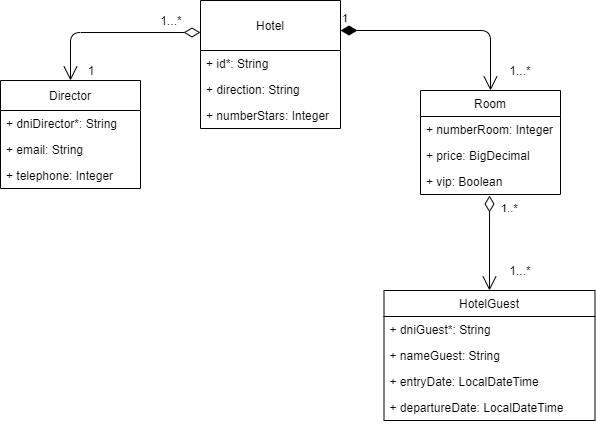
Earlier version of the draw.io export docs/hotel.models.png (miw-upm/apaw-practice). Source tidied: cells renumbered, new cells last; positions are measured from the earlier drawing's top-left corner, leaving out a move shared by most shapes.
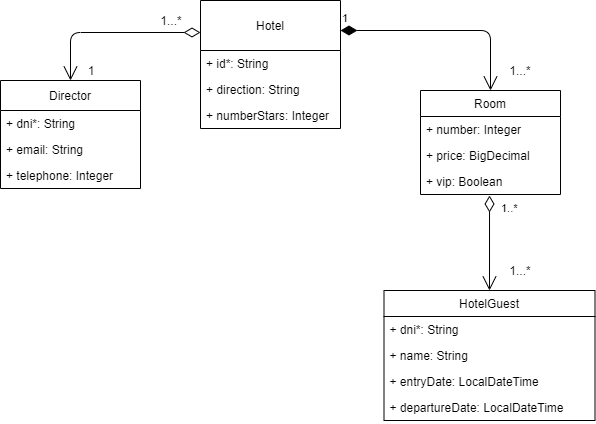
The same file after the commit.

Change to the diagram source:
```diff
@@ -17,7 +17,7 @@
     <mxCell id="6" value="Director" style="swimlane;fontStyle=0;horizontal=1;startSize=30;fillColor=none;hachureGap=4;" parent="1" vertex="1">
       <mxGeometry y="80" width="140" height="108" as="geometry" />
     </mxCell>
-    <mxCell id="7" value="+ dniDirector*: String" style="text;strokeColor=none;fillColor=none;align=left;verticalAlign=top;spacingLeft=4;spacingRight=4;overflow=hidden;" parent="6" vertex="1">
+    <mxCell id="7" value="+ dni*: String" style="text;strokeColor=none;fillColor=none;align=left;verticalAlign=top;spacingLeft=4;spacingRight=4;overflow=hidden;" parent="6" vertex="1">
       <mxGeometry y="30" width="140" height="26" as="geometry" />
     </mxCell>
     <mxCell id="8" value="+ email: String" style="text;strokeColor=none;fillColor=none;align=left;verticalAlign=top;spacingLeft=4;spacingRight=4;overflow=hidden;" parent="6" vertex="1">
@@ -29,10 +29,10 @@
     <mxCell id="10" value="HotelGuest" style="swimlane;fontStyle=0;horizontal=1;startSize=26;fillColor=none;hachureGap=4;" parent="1" vertex="1">
       <mxGeometry x="383.5" y="290" width="211" height="130" as="geometry" />
     </mxCell>
-    <mxCell id="11" value="+ dniGuest*: String" style="text;strokeColor=none;fillColor=none;align=left;verticalAlign=top;spacingLeft=4;spacingRight=4;overflow=hidden;" parent="10" vertex="1">
+    <mxCell id="11" value="+ dni*: String" style="text;strokeColor=none;fillColor=none;align=left;verticalAlign=top;spacingLeft=4;spacingRight=4;overflow=hidden;" parent="10" vertex="1">
       <mxGeometry y="26" width="211" height="26" as="geometry" />
     </mxCell>
-    <mxCell id="12" value="+ nameGuest: String" style="text;strokeColor=none;fillColor=none;align=left;verticalAlign=top;spacingLeft=4;spacingRight=4;overflow=hidden;" parent="10" vertex="1">
+    <mxCell id="12" value="+ name: String" style="text;strokeColor=none;fillColor=none;align=left;verticalAlign=top;spacingLeft=4;spacingRight=4;overflow=hidden;" parent="10" vertex="1">
       <mxGeometry y="52" width="211" height="26" as="geometry" />
     </mxCell>
     <mxCell id="13" value="+ entryDate: LocalDateTime" style="text;strokeColor=none;fillColor=none;align=left;verticalAlign=top;spacingLeft=4;spacingRight=4;overflow=hidden;" parent="10" vertex="1">
@@ -44,7 +44,7 @@
     <mxCell id="15" value="Room" style="swimlane;fontStyle=0;horizontal=1;startSize=26;fillColor=none;hachureGap=4;" parent="1" vertex="1">
       <mxGeometry x="420" y="90" width="140" height="104" as="geometry" />
     </mxCell>
-    <mxCell id="16" value="+ numberRoom: Integer" style="text;strokeColor=none;fillColor=none;align=left;verticalAlign=top;spacingLeft=4;spacingRight=4;overflow=hidden;" parent="15" vertex="1">
+    <mxCell id="16" value="+ number: Integer" style="text;strokeColor=none;fillColor=none;align=left;verticalAlign=top;spacingLeft=4;spacingRight=4;overflow=hidden;" parent="15" vertex="1">
       <mxGeometry y="26" width="140" height="26" as="geometry" />
     </mxCell>
     <mxCell id="17" value="+ price: BigDecimal" style="text;strokeColor=none;fillColor=none;align=left;verticalAlign=top;spacingLeft=4;spacingRight=4;overflow=hidden;" parent="15" vertex="1">
```
